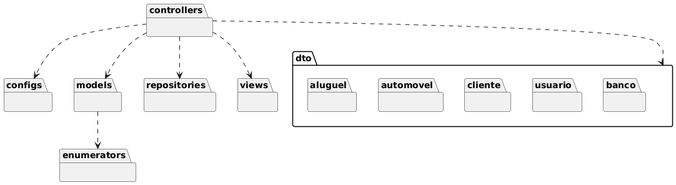
Before: project/img/packagediagram.png, a diagram exported from PlantUML (iannovais/LDS-aluguel-de-veiculos).
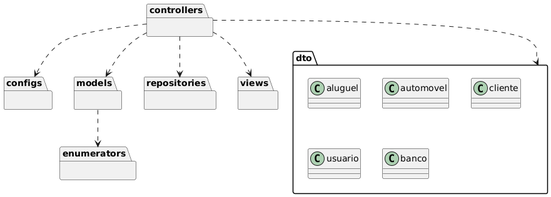
After the commit.

What changed in the source:
```diff
@@ -6,11 +6,11 @@
 package enumerators {}
 package views {}
 package dto {
-    package aluguel {}
-    package automovel {}
-    package cliente {}
-    package usuario {}
-    package banco {}
+    class aluguel {}
+    class automovel {}
+    class cliente {}
+    class usuario {}
+    class banco {}
 }
 
 controllers ..> configs
```
